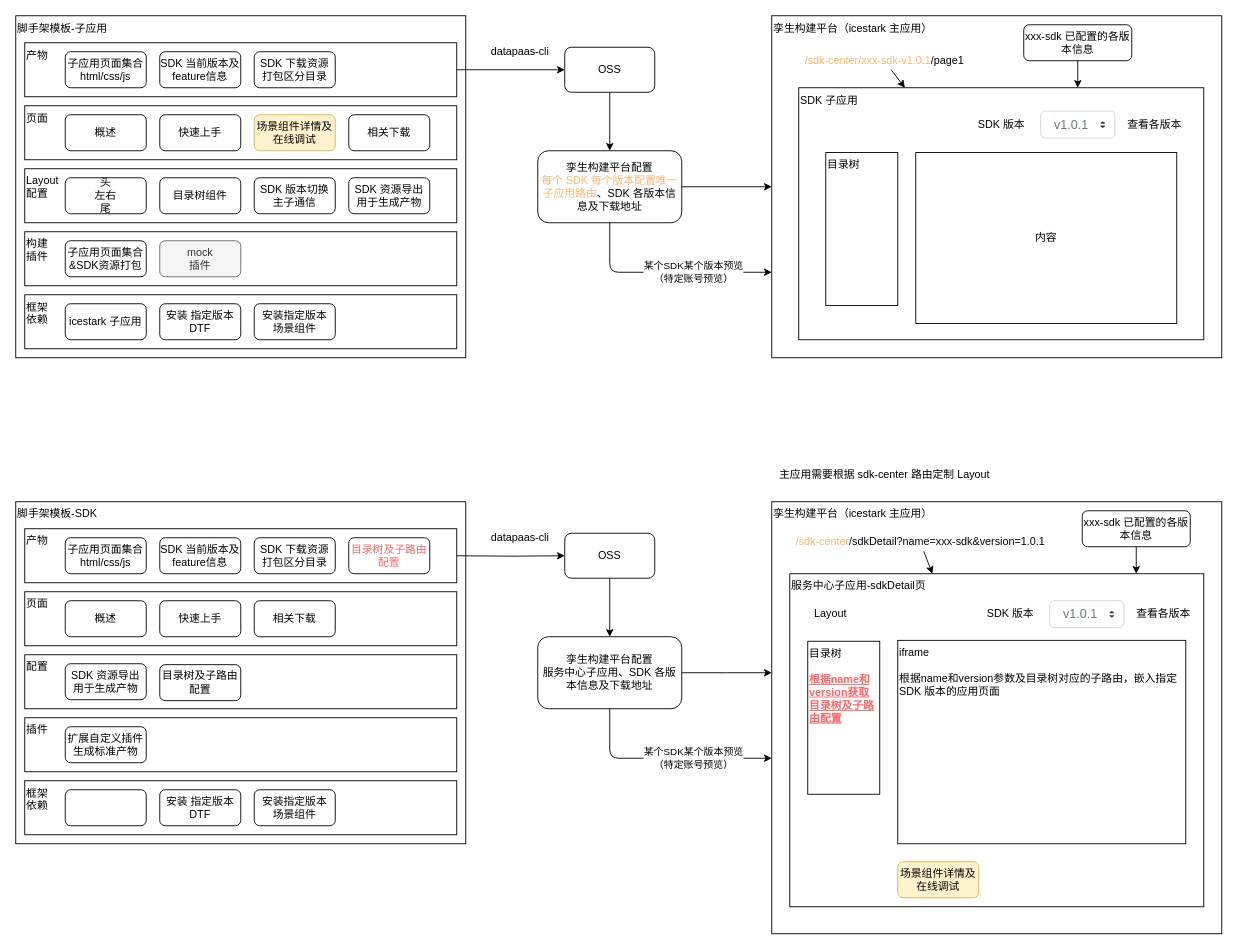
The draw.io diagram page "孪生服务中心-SDK设计" (4 of 4) of 场景库.drawio in xiazhiqiang/diagrams, before the edit. Source tidied: cells renumbered, new cells numbered last; positions are measured from the earlier drawing's top-left corner, leaving out a move shared by most shapes. Both pictures are drawn from the tidied source at 90%, with x=0, y=0 at pixel (15, 15).
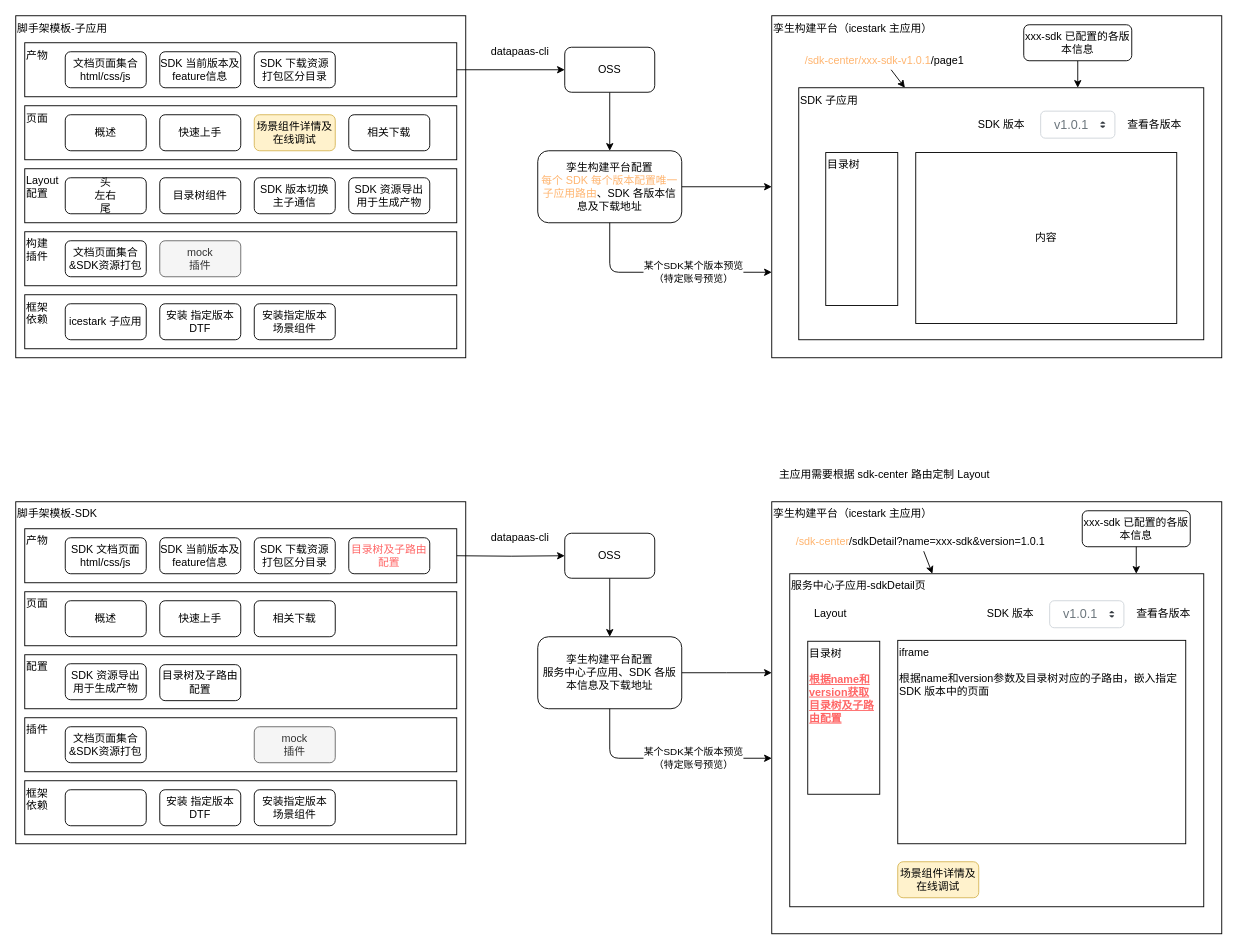
Above is the later version.

Commit message:
更新场景库.drawio

Diff of the diagram source:
```diff
@@
-    <mxCell id="6" value="子应用页面集合&amp;amp;SDK资源打包" style="rounded=1;whiteSpace=wrap;html=1;" parent="1" vertex="1">
+    <mxCell id="6" value="文档页面集合&amp;amp;SDK资源打包" style="rounded=1;whiteSpace=wrap;html=1;" parent="1" vertex="1">
       <mxGeometry x="55" y="250" width="90" height="40" as="geometry" />
     </mxCell>
@@
-    <mxCell id="13" value="子应用页面集合&lt;br&gt;html/css/js" style="rounded=1;whiteSpace=wrap;html=1;" parent="1" vertex="1">
+    <mxCell id="13" value="文档页面集合&lt;br&gt;html/css/js" style="rounded=1;whiteSpace=wrap;html=1;" parent="1" vertex="1">
       <mxGeometry x="55" y="40" width="90" height="40" as="geometry" />
     </mxCell>
@@
-    <mxCell id="47" value="扩展自定义插件&lt;br&gt;生成标准产物" style="rounded=1;whiteSpace=wrap;html=1;" parent="1" vertex="1">
+    <mxCell id="47" value="文档页面集合&amp;amp;SDK资源打包" style="rounded=1;whiteSpace=wrap;html=1;" parent="1" vertex="1">
       <mxGeometry x="55" y="790" width="90" height="40" as="geometry" />
     </mxCell>
@@
-    <mxCell id="53" value="子应用页面集合&lt;br&gt;html/css/js" style="rounded=1;whiteSpace=wrap;html=1;" parent="1" vertex="1">
+    <mxCell id="53" value="SDK 文档页面&lt;br&gt;html/css/js" style="rounded=1;whiteSpace=wrap;html=1;" parent="1" vertex="1">
       <mxGeometry x="55" y="580" width="90" height="40" as="geometry" />
     </mxCell>
@@
-    <mxCell id="64" value="iframe&lt;br&gt;&lt;br&gt;根据name和version参数及目录树对应的子路由，嵌入指定 SDK 版本的应用页面" style="rounded=0;whiteSpace=wrap;html=1;align=left;verticalAlign=top;" parent="1" vertex="1">
+    <mxCell id="64" value="iframe&lt;br&gt;&lt;br&gt;根据name和version参数及目录树对应的子路由，嵌入指定 SDK 版本中的页面" style="rounded=0;whiteSpace=wrap;html=1;align=left;verticalAlign=top;" parent="1" vertex="1">
       <mxGeometry x="980" y="694" width="320" height="226" as="geometry" />
     </mxCell>
@@
+    <mxCell id="88" value="mock&lt;br&gt;插件" style="rounded=1;whiteSpace=wrap;html=1;fillColor=#f5f5f5;strokeColor=#666666;fontColor=#333333;" parent="1" vertex="1">
+      <mxGeometry x="265" y="790" width="90" height="40" as="geometry" />
+    </mxCell>
```
